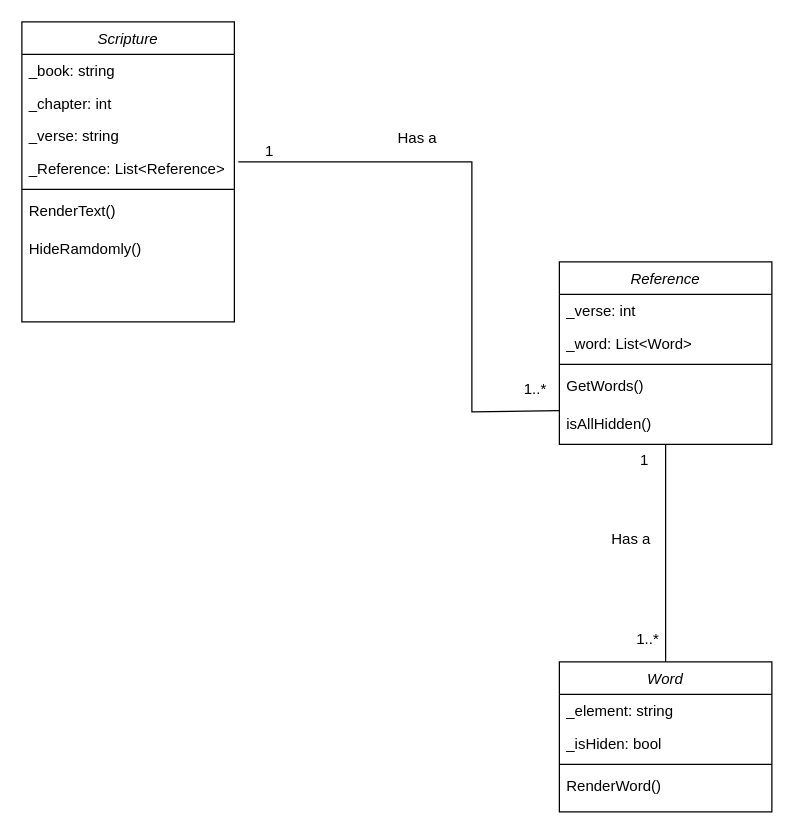
neorgon/cse210-hw keeps this draw.io diagram as assets/ScriptureMemo.drawio. Above is the earlier version. Source tidied: cells renumbered, new cells numbered last; positions are measured from the earlier drawing's top-left corner, leaving out a move shared by most shapes. Both pictures are drawn from the tidied source at 125%, with x=0, y=0 at pixel (21, 21).
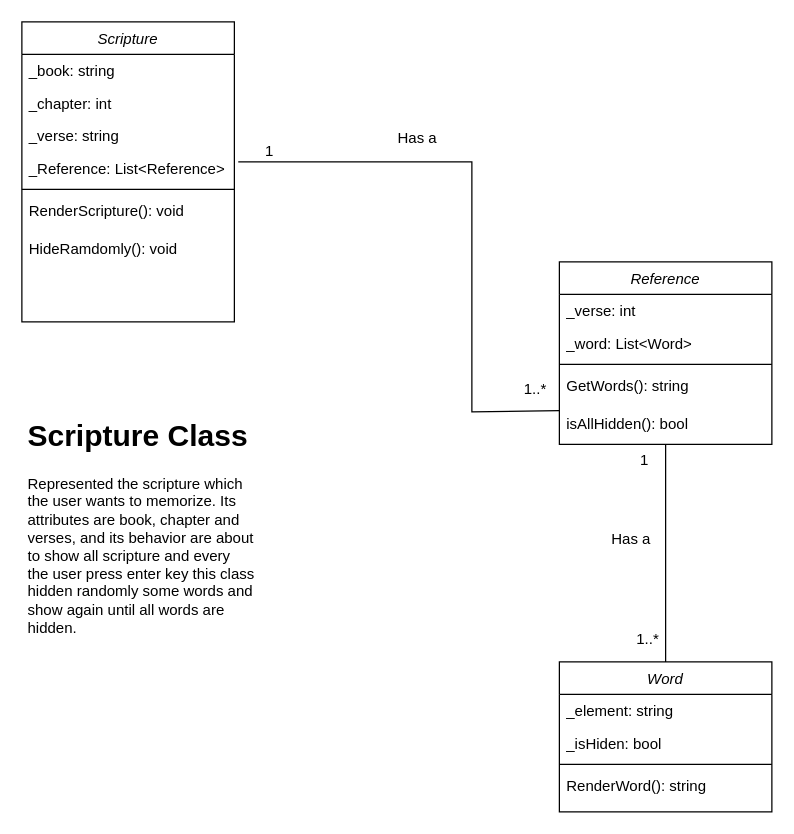
Above is the later version.

Commit message:
Adding scripture class description

Unchanged cells that the change refers to:
```xml
<mxCell id="8" value="Word" style="swimlane;fontStyle=2;align=center;verticalAlign=top;horizontal=1;startSize=26;rounded=0;shadow=0;strokeWidth=1;" parent="1" vertex="1">
  <mxGeometry x="430" y="512" width="170" height="120" as="geometry" />
</mxCell>
<mxCell id="14" value="Scripture" style="swimlane;fontStyle=2;align=center;verticalAlign=top;horizontal=1;startSize=26;rounded=0;shadow=0;strokeWidth=1;" parent="1" vertex="1">
  <mxGeometry width="170" height="240" as="geometry" />
</mxCell>
<mxCell id="23" value="Reference" style="swimlane;fontStyle=2;align=center;verticalAlign=top;horizontal=1;startSize=26;rounded=0;shadow=0;strokeWidth=1;" parent="1" vertex="1">
  <mxGeometry x="430" y="192" width="170" height="146" as="geometry" />
</mxCell>
```

Change to the diagram source:
```diff
@@
-    <mxCell id="12" value="RenderWord()" style="text;align=left;verticalAlign=top;spacingLeft=4;spacingRight=4;overflow=hidden;" parent="8" vertex="1">
+    <mxCell id="12" value="RenderWord(): string" style="text;align=left;verticalAlign=top;spacingLeft=4;spacingRight=4;overflow=hidden;" parent="8" vertex="1">
       <mxGeometry y="86" width="170" height="30" as="geometry" />
     </mxCell>
@@
-    <mxCell id="20" value="RenderText()" style="text;align=left;verticalAlign=top;spacingLeft=4;spacingRight=4;overflow=hidden;" parent="14" vertex="1">
+    <mxCell id="20" value="RenderScripture(): void" style="text;align=left;verticalAlign=top;spacingLeft=4;spacingRight=4;overflow=hidden;" parent="14" vertex="1">
       <mxGeometry y="138" width="170" height="30" as="geometry" />
     </mxCell>
-    <mxCell id="21" value="HideRamdomly()" style="text;align=left;verticalAlign=top;spacingLeft=4;spacingRight=4;overflow=hidden;" parent="14" vertex="1">
+    <mxCell id="21" value="HideRamdomly(): void" style="text;align=left;verticalAlign=top;spacingLeft=4;spacingRight=4;overflow=hidden;" parent="14" vertex="1">
       <mxGeometry y="168" width="170" height="30" as="geometry" />
     </mxCell>
@@
-    <mxCell id="27" value="GetWords()" style="text;align=left;verticalAlign=top;spacingLeft=4;spacingRight=4;overflow=hidden;points=[[0,0.5],[1,0.5]];portConstraint=eastwest;" parent="23" vertex="1">
+    <mxCell id="27" value="GetWords(): string" style="text;align=left;verticalAlign=top;spacingLeft=4;spacingRight=4;overflow=hidden;points=[[0,0.5],[1,0.5]];portConstraint=eastwest;" parent="23" vertex="1">
       <mxGeometry y="86" width="170" height="30" as="geometry" />
     </mxCell>
-    <mxCell id="28" value="isAllHidden()" style="text;align=left;verticalAlign=top;spacingLeft=4;spacingRight=4;overflow=hidden;" parent="23" vertex="1">
+    <mxCell id="28" value="isAllHidden(): bool" style="text;align=left;verticalAlign=top;spacingLeft=4;spacingRight=4;overflow=hidden;" parent="23" vertex="1">
       <mxGeometry y="116" width="170" height="30" as="geometry" />
     </mxCell>
+    <mxCell id="29" value="&lt;h1&gt;Scripture Class&lt;/h1&gt;&lt;p&gt;Represented the scripture which the user wants to memorize. Its attributes are book, chapter and verses, and its behavior are about to show all scripture and every the user press enter key this class hidden randomly some words and show again until all words are hidden.&lt;/p&gt;" style="text;html=1;strokeColor=none;fillColor=none;spacing=5;spacingTop=-20;whiteSpace=wrap;overflow=hidden;rounded=0;" parent="1" vertex="1">
+      <mxGeometry y="312" width="190" height="200" as="geometry" />
+    </mxCell>
```
